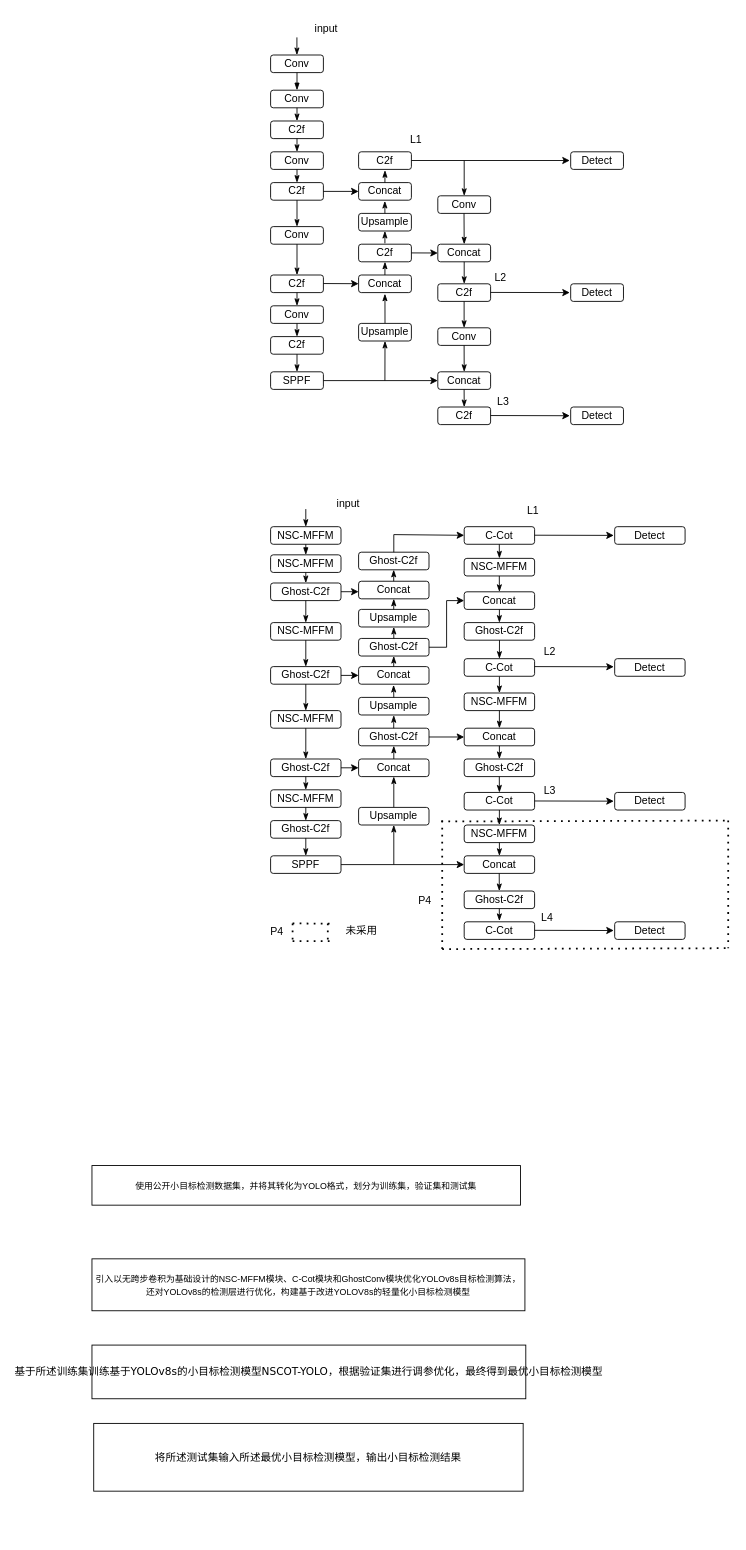
This is nscot_yolo.drawio from recluse99/tcp_ip, a draw.io file, before an edit. Source tidied: cells renumbered, new cells numbered last; positions are measured from the earlier drawing's top-left corner, leaving out a move shared by most shapes. Both pictures are drawn from the tidied source at 88%, with x=0, y=0 at pixel (92, 15).
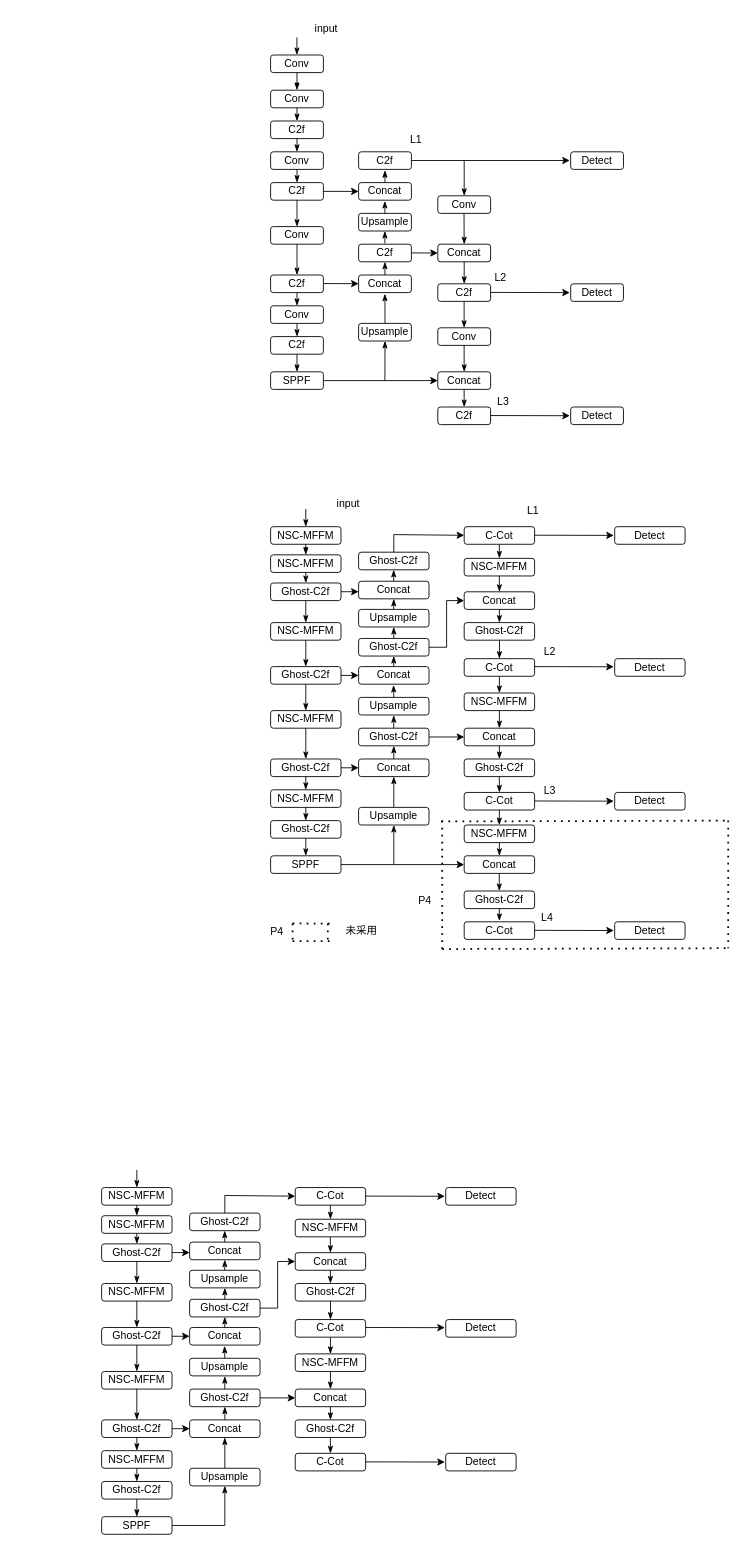
The same page after the edit.

What changed in the source:
```diff
@@
-    <mxCell id="155" value="&lt;font style=&quot;font-size: 10px;&quot;&gt;使用公开小目标检测数据集，并将其转化为YOLO格式，划分为训练集，验证集和测试集&lt;/font&gt;" style="rounded=0;whiteSpace=wrap;html=1;" parent="1" vertex="1">
-      <mxGeometry y="1307" width="487" height="45" as="geometry" />
-    </mxCell>
-    <mxCell id="156" value="&lt;pre&gt;&lt;font face=&quot;Verdana&quot;&gt;将所述测试集输入所述最优小目标检测模型，输出小目标检测结果&lt;/font&gt;&lt;/pre&gt;&lt;p class=&quot;MsoNormal&quot;&gt;&lt;span style=&quot;font-family: 宋体; letter-spacing: 0pt; font-size: 10.5pt; background-image: initial; background-position: initial; background-size: initial; background-repeat: initial; background-attachment: initial; background-origin: initial; background-clip: initial;&quot;&gt;&lt;/span&gt;&lt;/p&gt;" style="rounded=0;whiteSpace=wrap;html=1;" parent="1" vertex="1">
-      <mxGeometry x="2" y="1600" width="488" height="77" as="geometry" />
-    </mxCell>
-    <mxCell id="157" value="&lt;p class=&quot;MsoNormal&quot;&gt;&lt;font style=&quot;font-size: 10px;&quot;&gt;&lt;font face=&quot;宋体&quot;&gt;引入以无跨步卷积为基础设计的&lt;/font&gt;&lt;font face=&quot;宋体&quot;&gt;NSC-MFFM模块、C-Cot模块和GhostConv模块优化YOLOv8s目标检测算法，还对YOLOv8s的检测层进行优化，构建基于改进YOLOV8s的轻量化小目标检测模型&lt;/font&gt;&lt;/font&gt;&lt;/p&gt;" style="rounded=0;whiteSpace=wrap;html=1;" parent="1" vertex="1">
-      <mxGeometry y="1413" width="492" height="59" as="geometry" />
-    </mxCell>
-    <mxCell id="158" value="&lt;pre&gt;&lt;font face=&quot;Verdana&quot;&gt;基于所述训练集训练基于YOLOv8s的小目标检测模型NSCOT-YOLO，根据验证集进行调参优化，最终得到最优小目标检测模型&lt;/font&gt;&lt;/pre&gt;&lt;p class=&quot;MsoNormal&quot;&gt;&lt;span style=&quot;font-family: 宋体; letter-spacing: 0pt; font-size: 10.5pt; background-image: initial; background-position: initial; background-size: initial; background-repeat: initial; background-attachment: initial; background-origin: initial; background-clip: initial;&quot;&gt;&lt;/span&gt;&lt;/p&gt;" style="rounded=0;whiteSpace=wrap;html=1;" parent="1" vertex="1">
-      <mxGeometry y="1511" width="493" height="61" as="geometry" />
-    </mxCell>
+    <mxCell id="159" value="NSC-MFFM" style="rounded=1;whiteSpace=wrap;html=1;" parent="1" vertex="1">
+      <mxGeometry x="11" y="1332" width="80" height="20" as="geometry" />
+    </mxCell>
+    <mxCell id="160" style="endArrow=blockThin;html=1;rounded=0;exitX=0.5;exitY=1;exitDx=0;exitDy=0;endFill=1;entryX=0.5;entryY=0;entryDx=0;entryDy=0;jumpSize=4;" parent="1" edge="1" source="159" target="161">
+      <mxGeometry relative="1" as="geometry" />
+    </mxCell>
+    <mxCell id="161" value="NSC-MFFM" style="rounded=1;whiteSpace=wrap;html=1;" parent="1" vertex="1">
+      <mxGeometry x="11" y="1364" width="80" height="20" as="geometry" />
+    </mxCell>
+    <mxCell id="162" style="endArrow=classicThin;html=1;rounded=0;exitX=0.5;exitY=1;exitDx=0;exitDy=0;endFill=1;entryX=0.5;entryY=0;entryDx=0;entryDy=0;" parent="1" edge="1" source="161" target="163">
+      <mxGeometry relative="1" as="geometry" />
+    </mxCell>
+    <mxCell id="163" value="Ghost-C2f" style="rounded=1;whiteSpace=wrap;html=1;" parent="1" vertex="1">
+      <mxGeometry x="11" y="1396" width="80" height="20" as="geometry" />
+    </mxCell>
+    <mxCell id="164" style="endArrow=classicThin;html=1;rounded=0;exitX=0.5;exitY=1;exitDx=0;exitDy=0;endFill=1;entryX=0.5;entryY=0;entryDx=0;entryDy=0;" parent="1" edge="1">
+      <mxGeometry relative="1" as="geometry">
+        <mxPoint x="51" y="1312" as="sourcePoint" />
+        <mxPoint x="51" y="1332" as="targetPoint" />
+      </mxGeometry>
+    </mxCell>
+    <mxCell id="165" style="endArrow=classicThin;html=1;rounded=0;exitX=0.5;exitY=1;exitDx=0;exitDy=0;endFill=1;entryX=0.5;entryY=0;entryDx=0;entryDy=0;" parent="1" edge="1" source="163" target="166">
+      <mxGeometry relative="1" as="geometry" />
+    </mxCell>
+    <mxCell id="166" value="NSC-MFFM" style="rounded=1;whiteSpace=wrap;html=1;" parent="1" vertex="1">
+      <mxGeometry x="11" y="1441" width="80" height="20" as="geometry" />
+    </mxCell>
+    <mxCell id="167" style="endArrow=classicThin;html=1;rounded=0;exitX=0.5;exitY=1;exitDx=0;exitDy=0;endFill=1;entryX=0.5;entryY=0;entryDx=0;entryDy=0;" parent="1" edge="1" source="166" target="168">
+      <mxGeometry relative="1" as="geometry" />
+    </mxCell>
+    <mxCell id="168" value="Ghost-C2f" style="rounded=1;whiteSpace=wrap;html=1;" parent="1" vertex="1">
+      <mxGeometry x="11" y="1491" width="80" height="20" as="geometry" />
+    </mxCell>
+    <mxCell id="169" style="endArrow=classicThin;html=1;rounded=0;exitX=0.5;exitY=1;exitDx=0;exitDy=0;endFill=1;entryX=0.5;entryY=0;entryDx=0;entryDy=0;" parent="1" edge="1" source="168" target="170">
+      <mxGeometry relative="1" as="geometry" />
+    </mxCell>
+    <mxCell id="170" value="NSC-MFFM" style="rounded=1;whiteSpace=wrap;html=1;" parent="1" vertex="1">
+      <mxGeometry x="11" y="1541" width="80" height="20" as="geometry" />
+    </mxCell>
+    <mxCell id="171" style="endArrow=classicThin;html=1;rounded=0;exitX=0.5;exitY=1;exitDx=0;exitDy=0;endFill=1;entryX=0.5;entryY=0;entryDx=0;entryDy=0;" parent="1" edge="1" source="170" target="172">
+      <mxGeometry relative="1" as="geometry" />
+    </mxCell>
+    <mxCell id="172" value="Ghost-C2f" style="rounded=1;whiteSpace=wrap;html=1;" parent="1" vertex="1">
+      <mxGeometry x="11" y="1596" width="80" height="20" as="geometry" />
+    </mxCell>
+    <mxCell id="173" style="endArrow=classicThin;html=1;rounded=0;exitX=0.5;exitY=1;exitDx=0;exitDy=0;endFill=1;entryX=0.5;entryY=0;entryDx=0;entryDy=0;" parent="1" edge="1" source="172" target="174">
+      <mxGeometry relative="1" as="geometry" />
+    </mxCell>
+    <mxCell id="174" value="NSC-MFFM" style="rounded=1;whiteSpace=wrap;html=1;" parent="1" vertex="1">
+      <mxGeometry x="11" y="1631" width="80" height="20" as="geometry" />
+    </mxCell>
+    <mxCell id="175" style="endArrow=classicThin;html=1;rounded=0;exitX=0.5;exitY=1;exitDx=0;exitDy=0;endFill=1;entryX=0.5;entryY=0;entryDx=0;entryDy=0;" parent="1" edge="1" source="174" target="176">
+      <mxGeometry relative="1" as="geometry" />
+    </mxCell>
+    <mxCell id="176" value="Ghost-C2f" style="rounded=1;whiteSpace=wrap;html=1;" parent="1" vertex="1">
+      <mxGeometry x="11" y="1666" width="80" height="20" as="geometry" />
+    </mxCell>
+    <mxCell id="177" style="endArrow=classicThin;html=1;rounded=0;exitX=0.5;exitY=1;exitDx=0;exitDy=0;endFill=1;entryX=0.5;entryY=0;entryDx=0;entryDy=0;" parent="1" edge="1" source="176" target="178">
+      <mxGeometry relative="1" as="geometry" />
+    </mxCell>
+    <mxCell id="178" value="SPPF" style="rounded=1;whiteSpace=wrap;html=1;" parent="1" vertex="1">
+      <mxGeometry x="11" y="1706" width="80" height="20" as="geometry" />
+    </mxCell>
+    <mxCell id="179" value="Concat" style="rounded=1;whiteSpace=wrap;html=1;" parent="1" vertex="1">
+      <mxGeometry x="111" y="1596" width="80" height="20" as="geometry" />
+    </mxCell>
+    <mxCell id="180" style="endArrow=classicThin;html=1;rounded=0;endFill=1;exitX=0.5;exitY=0;exitDx=0;exitDy=0;entryX=0.5;entryY=1;entryDx=0;entryDy=0;" parent="1" edge="1" source="186" target="179">
+      <mxGeometry relative="1" as="geometry" />
+    </mxCell>
+    <mxCell id="181" value="Concat" style="rounded=1;whiteSpace=wrap;html=1;" parent="1" vertex="1">
+      <mxGeometry x="111" y="1491" width="80" height="20" as="geometry" />
+    </mxCell>
+    <mxCell id="182" style="edgeStyle=orthogonalEdgeStyle;rounded=0;jettySize=auto;html=1;exitX=1;exitY=0.5;exitDx=0;exitDy=0;entryX=0;entryY=0.5;entryDx=0;entryDy=0;" parent="1" edge="1" source="183" target="211">
+      <mxGeometry relative="1" as="geometry" />
+    </mxCell>
+    <mxCell id="183" value="Ghost-C2f" style="rounded=1;whiteSpace=wrap;html=1;" parent="1" vertex="1">
+      <mxGeometry x="111" y="1459" width="80" height="20" as="geometry" />
+    </mxCell>
+    <mxCell id="184" style="edgeStyle=orthogonalEdgeStyle;rounded=0;jettySize=auto;html=1;entryX=0;entryY=0.5;entryDx=0;entryDy=0;" parent="1" edge="1" source="185" target="189">
+      <mxGeometry relative="1" as="geometry" />
+    </mxCell>
+    <mxCell id="185" value="Ghost-C2f" style="rounded=1;whiteSpace=wrap;html=1;" parent="1" vertex="1">
+      <mxGeometry x="111" y="1561" width="80" height="20" as="geometry" />
+    </mxCell>
+    <mxCell id="186" value="Upsample" style="rounded=1;whiteSpace=wrap;html=1;" parent="1" vertex="1">
+      <mxGeometry x="111" y="1651" width="80" height="20" as="geometry" />
+    </mxCell>
+    <mxCell id="187" style="endArrow=classicThin;html=1;rounded=0;endFill=1;entryX=0.5;entryY=0;entryDx=0;entryDy=0;exitX=0.5;exitY=1;exitDx=0;exitDy=0;" parent="1" edge="1" source="201" target="188">
+      <mxGeometry relative="1" as="geometry" />
+    </mxCell>
+    <mxCell id="188" value="NSC-MFFM" style="rounded=1;whiteSpace=wrap;html=1;" parent="1" vertex="1">
+      <mxGeometry x="231" y="1521" width="80" height="20" as="geometry" />
+    </mxCell>
+    <mxCell id="189" value="Concat" style="rounded=1;whiteSpace=wrap;html=1;" parent="1" vertex="1">
+      <mxGeometry x="231" y="1561" width="80" height="20" as="geometry" />
+    </mxCell>
+    <mxCell id="190" value="Ghost-C2f" style="rounded=1;whiteSpace=wrap;html=1;" parent="1" vertex="1">
+      <mxGeometry x="231" y="1596" width="80" height="20" as="geometry" />
+    </mxCell>
+    <mxCell id="191" style="endArrow=classicThin;html=1;rounded=0;endFill=1;exitX=0.5;exitY=1;exitDx=0;exitDy=0;entryX=0.5;entryY=0;entryDx=0;entryDy=0;" parent="1" edge="1" source="188" target="189">
+      <mxGeometry relative="1" as="geometry" />
+    </mxCell>
+    <mxCell id="192" style="endArrow=classicThin;html=1;rounded=0;endFill=1;entryX=0.5;entryY=0;entryDx=0;entryDy=0;exitX=0.5;exitY=1;exitDx=0;exitDy=0;" parent="1" edge="1" source="189" target="190">
+      <mxGeometry relative="1" as="geometry" />
+    </mxCell>
+    <mxCell id="193" style="endArrow=classicThin;html=1;rounded=0;endFill=1;entryX=0.5;entryY=1;entryDx=0;entryDy=0;" parent="1" edge="1" target="186">
+      <mxGeometry relative="1" as="geometry">
+        <mxPoint x="151" y="1716" as="sourcePoint" />
+      </mxGeometry>
+    </mxCell>
+    <mxCell id="194" style="endArrow=classic;html=1;rounded=0;" parent="1" edge="1">
+      <mxGeometry relative="1" as="geometry">
+        <mxPoint x="91" y="1606" as="sourcePoint" />
+        <mxPoint x="111" y="1606" as="targetPoint" />
+      </mxGeometry>
+    </mxCell>
+    <mxCell id="195" value="Upsample" style="rounded=1;whiteSpace=wrap;html=1;" parent="1" vertex="1">
+      <mxGeometry x="111" y="1526" width="80" height="20" as="geometry" />
+    </mxCell>
+    <mxCell id="196" style="endArrow=classicThin;html=1;rounded=0;endFill=1;entryX=0.5;entryY=1;entryDx=0;entryDy=0;exitX=0.5;exitY=0;exitDx=0;exitDy=0;" parent="1" edge="1" source="179" target="185">
+      <mxGeometry relative="1" as="geometry" />
+    </mxCell>
+    <mxCell id="197" style="endArrow=classicThin;html=1;rounded=0;endFill=1;entryX=0.499;entryY=1.069;entryDx=0;entryDy=0;entryPerimeter=0;exitX=0.436;exitY=-0.016;exitDx=0;exitDy=0;exitPerimeter=0;" parent="1" edge="1">
+      <mxGeometry relative="1" as="geometry">
+        <mxPoint x="150.9" y="1561" as="sourcePoint" />
+        <mxPoint x="151" y="1546.3" as="targetPoint" />
+      </mxGeometry>
+    </mxCell>
+    <mxCell id="198" style="endArrow=classicThin;html=1;rounded=0;endFill=1;entryX=0.497;entryY=1.046;entryDx=0;entryDy=0;entryPerimeter=0;" parent="1" edge="1" target="181">
+      <mxGeometry relative="1" as="geometry">
+        <mxPoint x="151" y="1526" as="sourcePoint" />
+      </mxGeometry>
+    </mxCell>
+    <mxCell id="199" style="endArrow=classic;html=1;rounded=0;entryX=0;entryY=0.5;entryDx=0;entryDy=0;exitX=1;exitY=0.5;exitDx=0;exitDy=0;" parent="1" edge="1" source="168" target="181">
+      <mxGeometry relative="1" as="geometry" />
+    </mxCell>
+    <mxCell id="200" style="endArrow=classicThin;html=1;rounded=0;endFill=1;exitX=0.5;exitY=0;exitDx=0;exitDy=0;entryX=0.5;entryY=1;entryDx=0;entryDy=0;" parent="1" edge="1" target="183">
+      <mxGeometry relative="1" as="geometry">
+        <mxPoint x="150.9" y="1491" as="sourcePoint" />
+      </mxGeometry>
+    </mxCell>
+    <mxCell id="201" value="C-Cot" style="rounded=1;whiteSpace=wrap;html=1;" parent="1" vertex="1">
+      <mxGeometry x="231" y="1482" width="80" height="20" as="geometry" />
+    </mxCell>
+    <mxCell id="202" value="Upsample" style="rounded=1;whiteSpace=wrap;html=1;" parent="1" vertex="1">
+      <mxGeometry x="111" y="1426" width="80" height="20" as="geometry" />
+    </mxCell>
+    <mxCell id="203" value="Concat" style="rounded=1;whiteSpace=wrap;html=1;" parent="1" vertex="1">
+      <mxGeometry x="111" y="1394" width="80" height="20" as="geometry" />
+    </mxCell>
+    <mxCell id="204" style="endArrow=classicThin;html=1;rounded=0;endFill=1;exitX=0.5;exitY=0;exitDx=0;exitDy=0;entryX=0.5;entryY=1;entryDx=0;entryDy=0;" parent="1" edge="1" source="183" target="202">
+      <mxGeometry relative="1" as="geometry" />
+    </mxCell>
+    <mxCell id="205" style="endArrow=classicThin;html=1;rounded=0;endFill=1;exitX=0.5;exitY=0;exitDx=0;exitDy=0;entryX=0.5;entryY=1;entryDx=0;entryDy=0;" parent="1" edge="1">
+      <mxGeometry relative="1" as="geometry">
+        <mxPoint x="150.9" y="1426" as="sourcePoint" />
+        <mxPoint x="151" y="1414" as="targetPoint" />
+      </mxGeometry>
+    </mxCell>
+    <mxCell id="206" style="endArrow=classic;html=1;rounded=0;entryX=0;entryY=0.5;entryDx=0;entryDy=0;exitX=1;exitY=0.5;exitDx=0;exitDy=0;" parent="1" edge="1">
+      <mxGeometry relative="1" as="geometry">
+        <mxPoint x="91" y="1405.9" as="sourcePoint" />
+        <mxPoint x="111" y="1405.9" as="targetPoint" />
+      </mxGeometry>
+    </mxCell>
+    <mxCell id="207" value="Ghost-C2f" style="rounded=1;whiteSpace=wrap;html=1;" parent="1" vertex="1">
+      <mxGeometry x="111" y="1361" width="80" height="20" as="geometry" />
+    </mxCell>
+    <mxCell id="208" style="endArrow=classicThin;html=1;rounded=0;endFill=1;exitX=0.5;exitY=0;exitDx=0;exitDy=0;entryX=0.5;entryY=1;entryDx=0;entryDy=0;" parent="1" edge="1">
+      <mxGeometry relative="1" as="geometry">
+        <mxPoint x="150.9" y="1394" as="sourcePoint" />
+        <mxPoint x="150.9" y="1381" as="targetPoint" />
+      </mxGeometry>
+    </mxCell>
+    <mxCell id="209" value="C-Cot" style="rounded=1;whiteSpace=wrap;html=1;" parent="1" vertex="1">
+      <mxGeometry x="231" y="1332" width="80" height="20" as="geometry" />
+    </mxCell>
+    <mxCell id="210" value="NSC-MFFM" style="rounded=1;whiteSpace=wrap;html=1;" parent="1" vertex="1">
+      <mxGeometry x="231" y="1368" width="80" height="20" as="geometry" />
+    </mxCell>
+    <mxCell id="211" value="Concat" style="rounded=1;whiteSpace=wrap;html=1;" parent="1" vertex="1">
+      <mxGeometry x="231" y="1406" width="80" height="20" as="geometry" />
+    </mxCell>
+    <mxCell id="212" value="Ghost-C2f" style="rounded=1;whiteSpace=wrap;html=1;" parent="1" vertex="1">
+      <mxGeometry x="231" y="1441" width="80" height="20" as="geometry" />
+    </mxCell>
+    <mxCell id="213" value="C-Cot" style="rounded=1;whiteSpace=wrap;html=1;" parent="1" vertex="1">
+      <mxGeometry x="231" y="1634" width="80" height="20" as="geometry" />
+    </mxCell>
+    <mxCell id="214" style="endArrow=none;html=1;rounded=0;" parent="1" edge="1">
+      <mxGeometry relative="1" as="geometry">
+        <mxPoint x="151" y="1361" as="sourcePoint" />
+        <mxPoint x="151" y="1341" as="targetPoint" />
+      </mxGeometry>
+    </mxCell>
+    <mxCell id="215" style="endArrow=classic;html=1;rounded=0;entryX=0;entryY=0.5;entryDx=0;entryDy=0;" parent="1" edge="1">
+      <mxGeometry relative="1" as="geometry">
+        <mxPoint x="151" y="1341" as="sourcePoint" />
+        <mxPoint x="231" y="1341.8" as="targetPoint" />
+      </mxGeometry>
+    </mxCell>
+    <mxCell id="216" style="endArrow=classicThin;html=1;rounded=0;endFill=1;exitX=0.5;exitY=1;exitDx=0;exitDy=0;entryX=0.5;entryY=0;entryDx=0;entryDy=0;" parent="1" edge="1" target="213">
+      <mxGeometry relative="1" as="geometry">
+        <mxPoint x="270.9" y="1616" as="sourcePoint" />
+      </mxGeometry>
+    </mxCell>
+    <mxCell id="217" style="endArrow=classicThin;html=1;rounded=0;endFill=1;entryX=0.5;entryY=0;entryDx=0;entryDy=0;exitX=0.5;exitY=1;exitDx=0;exitDy=0;" parent="1" edge="1" source="211" target="212">
+      <mxGeometry relative="1" as="geometry" />
+    </mxCell>
+    <mxCell id="218" style="endArrow=classicThin;html=1;rounded=0;endFill=1;exitX=0.5;exitY=1;exitDx=0;exitDy=0;entryX=0.5;entryY=0;entryDx=0;entryDy=0;" parent="1" edge="1" target="211">
+      <mxGeometry relative="1" as="geometry">
+        <mxPoint x="270.9" y="1388" as="sourcePoint" />
+      </mxGeometry>
+    </mxCell>
+    <mxCell id="219" style="endArrow=classicThin;html=1;rounded=0;endFill=1;exitX=0.5;exitY=1;exitDx=0;exitDy=0;entryX=0.5;entryY=0;entryDx=0;entryDy=0;" parent="1" edge="1" target="210">
+      <mxGeometry relative="1" as="geometry">
+        <mxPoint x="270.9" y="1352" as="sourcePoint" />
+      </mxGeometry>
+    </mxCell>
+    <mxCell id="220" style="endArrow=classicThin;html=1;rounded=0;endFill=1;entryX=0.5;entryY=0;entryDx=0;entryDy=0;exitX=0.5;exitY=1;exitDx=0;exitDy=0;" parent="1" edge="1" target="201">
+      <mxGeometry relative="1" as="geometry">
+        <mxPoint x="271.1" y="1461" as="sourcePoint" />
+      </mxGeometry>
+    </mxCell>
+    <mxCell id="221" style="endArrow=classic;html=1;rounded=0;" parent="1" edge="1">
+      <mxGeometry relative="1" as="geometry">
+        <mxPoint x="311" y="1341.7" as="sourcePoint" />
+        <mxPoint x="401" y="1341.9" as="targetPoint" />
+      </mxGeometry>
+    </mxCell>
+    <mxCell id="222" style="endArrow=classic;html=1;rounded=0;" parent="1" edge="1">
+      <mxGeometry relative="1" as="geometry">
+        <mxPoint x="311" y="1491" as="sourcePoint" />
+        <mxPoint x="401" y="1491.2" as="targetPoint" />
+      </mxGeometry>
+    </mxCell>
+    <mxCell id="223" style="endArrow=classic;html=1;rounded=0;" parent="1" edge="1">
+      <mxGeometry relative="1" as="geometry">
+        <mxPoint x="311" y="1643.7" as="sourcePoint" />
+        <mxPoint x="401" y="1643.9" as="targetPoint" />
+      </mxGeometry>
+    </mxCell>
+    <mxCell id="224" value="Detect" style="rounded=1;whiteSpace=wrap;html=1;" parent="1" vertex="1">
+      <mxGeometry x="402" y="1482" width="80" height="20" as="geometry" />
+    </mxCell>
+    <mxCell id="225" value="Detect" style="rounded=1;whiteSpace=wrap;html=1;" parent="1" vertex="1">
+      <mxGeometry x="402" y="1332" width="80" height="20" as="geometry" />
+    </mxCell>
+    <mxCell id="226" value="Detect" style="rounded=1;whiteSpace=wrap;html=1;" parent="1" vertex="1">
+      <mxGeometry x="402" y="1634" width="80" height="20" as="geometry" />
+    </mxCell>
+    <mxCell id="227" style="endArrow=none;html=1;rounded=0;" parent="1" edge="1">
+      <mxGeometry relative="1" as="geometry">
+        <mxPoint x="91" y="1716" as="sourcePoint" />
+        <mxPoint x="151" y="1716" as="targetPoint" />
+      </mxGeometry>
+    </mxCell>
```
